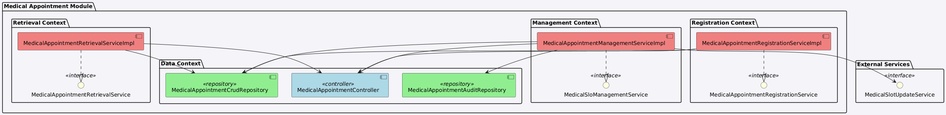
This is figures/api/component_diagram_medical_appointment.png from LazaroDamasceno/Dissertacao-Mestrado, a PlantUML export, as it was before one commit.
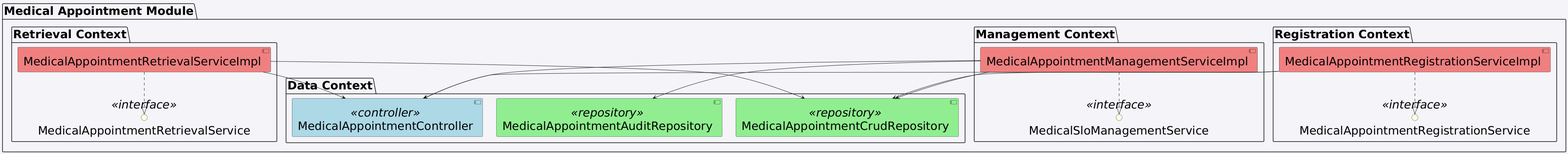
The same diagram one commit later.

The edit, as a diff of the source:
```diff
@@ -1,6 +1,7 @@
 @startuml
 skinparam backgroundColor #f4f4f9
 skinparam componentStyle uml2
+skinparam defaultFontSize 30
 
 package "Medical Appointment Module" {
 
@@ -39,10 +40,4 @@
     }
 
 }
-
-package "External Services" {
-    interface MedicalSlotUpdateService <<interface>> #LightYellow
-}
-
-MedicalAppointmentManagementServiceImpl --> MedicalSlotUpdateService
 @enduml
```
